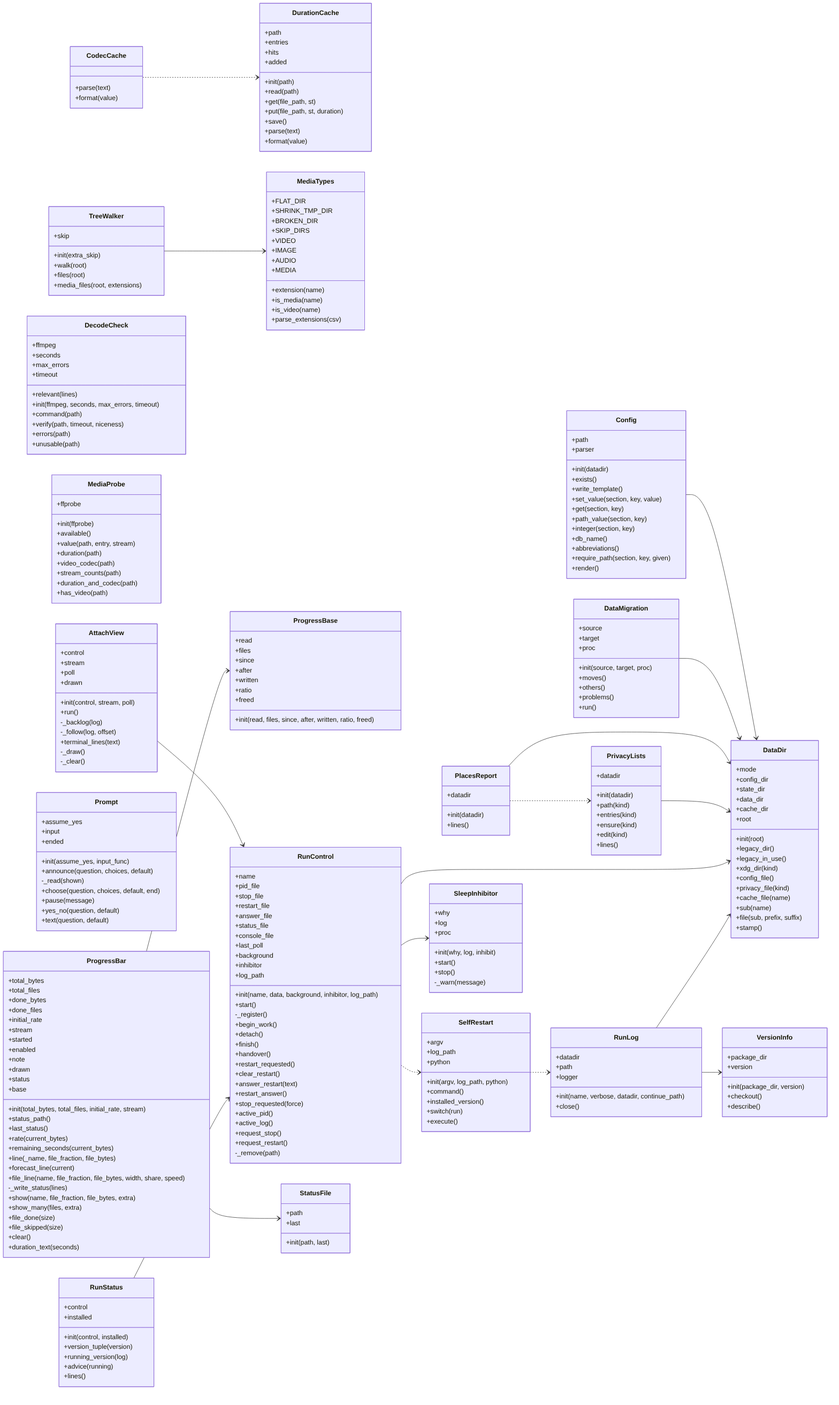
Above: docs/img/uml_core.png in peddanet/mediatools (Mermaid), before the change. Its source is kept beside it as docs/img/uml_core.mmd.
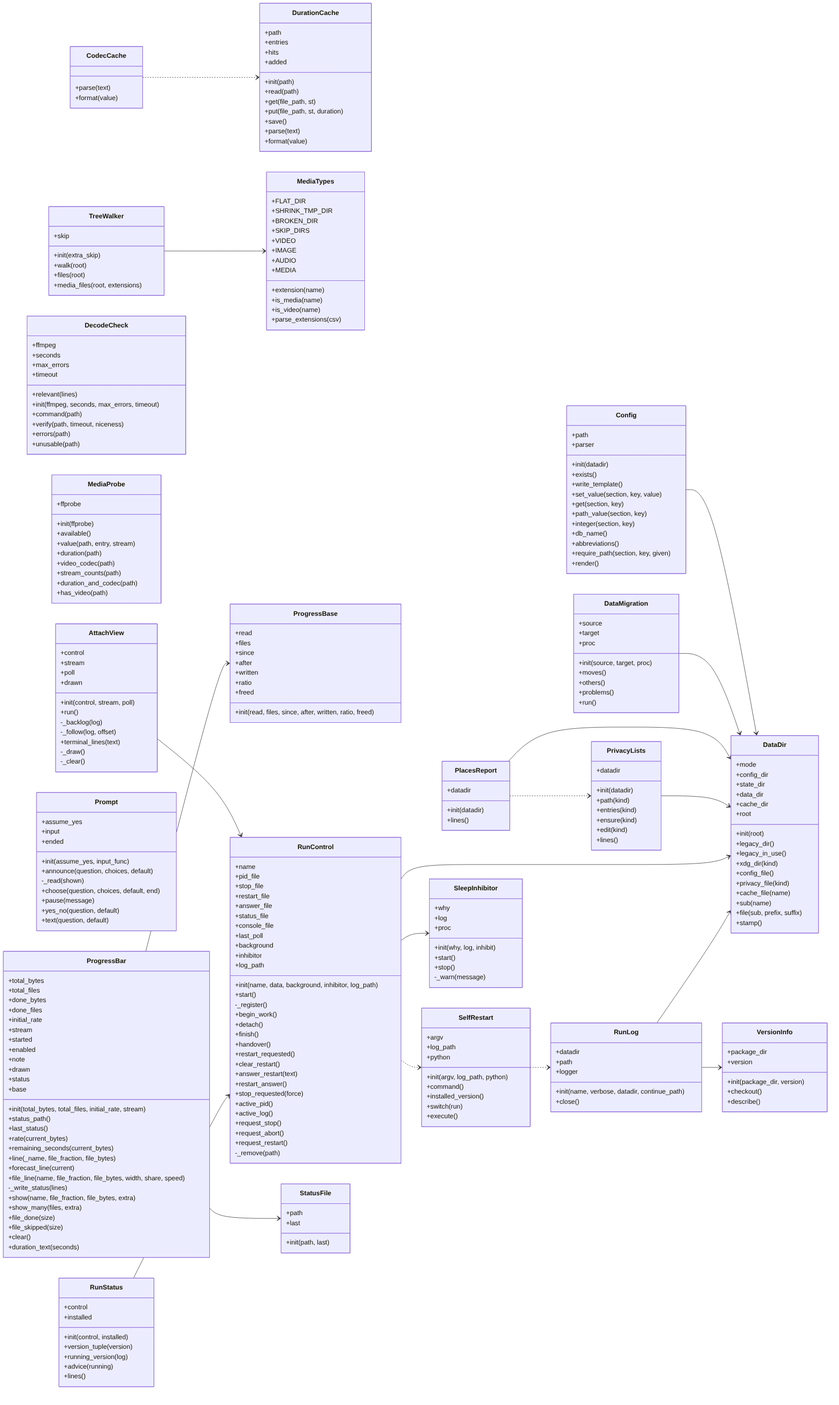
Later version of the same file.

Diff of the diagram source:
```diff
@@ -202,6 +202,7 @@
     +active_pid()
     +active_log()
     +request_stop()
+    +request_abort()
     +request_restart()
     -_remove(path)
   }
```
